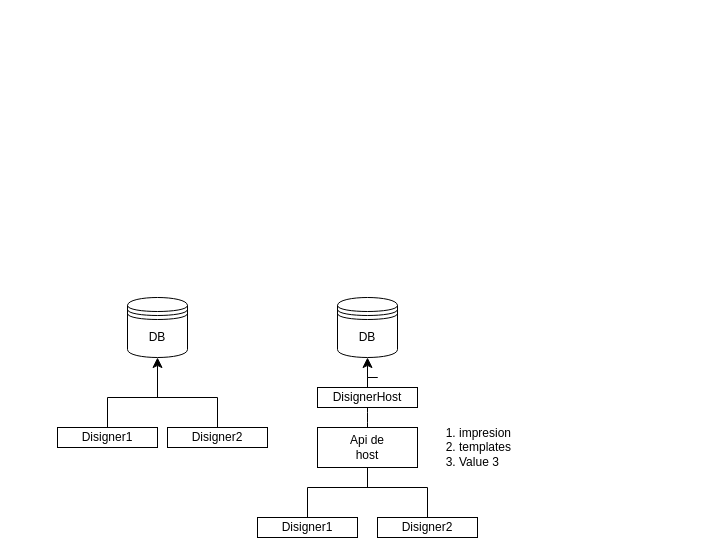
Before: workFlow.drawio in angelnoritex/Label-Project-Test, a draw.io diagram. Source tidied: cells renumbered, new cells numbered last; positions are measured from the earlier drawing's top-left corner, leaving out a move shared by most shapes. Both pictures are drawn from the tidied source at 100%, with x=0, y=0 at pixel (57, 297).
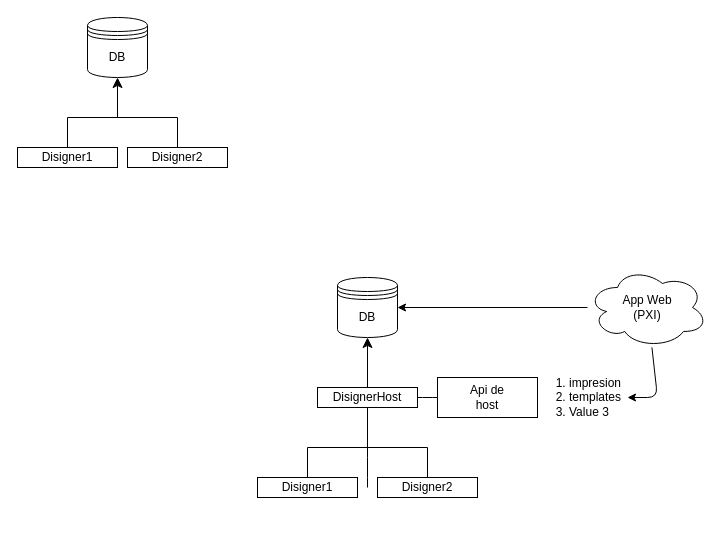
The same page after the edit.

Unchanged cells that the change refers to:
```xml
<mxCell id="13" value="DisignerHost" style="whiteSpace=wrap;html=1;align=center;verticalAlign=middle;newEdgeStyle={&quot;edgeStyle&quot;:&quot;elbowEdgeStyle&quot;,&quot;startArrow&quot;:&quot;none&quot;,&quot;endArrow&quot;:&quot;none&quot;};" parent="1" vertex="1">
  <mxGeometry x="260" y="90" width="100" height="20" as="geometry" />
</mxCell>
```

Change to the diagram source:
```diff
@@
     <mxCell id="2" value="DB" style="shape=datastore;whiteSpace=wrap;html=1;" parent="1" vertex="1">
-      <mxGeometry x="70" width="60" height="60" as="geometry" />
+      <mxGeometry x="30" y="-280" width="60" height="60" as="geometry" />
     </mxCell>
     <mxCell id="3" value="Disigner1" style="whiteSpace=wrap;html=1;align=center;verticalAlign=middle;newEdgeStyle={&quot;edgeStyle&quot;:&quot;elbowEdgeStyle&quot;,&quot;startArrow&quot;:&quot;none&quot;,&quot;endArrow&quot;:&quot;none&quot;};" parent="1" vertex="1">
-      <mxGeometry y="130" width="100" height="20" as="geometry" />
+      <mxGeometry x="-40" y="-150" width="100" height="20" as="geometry" />
     </mxCell>
     <mxCell id="4" style="edgeStyle=elbowEdgeStyle;elbow=vertical;sourcePerimeterSpacing=0;targetPerimeterSpacing=0;startArrow=none;endArrow=none;rounded=0;curved=0;" parent="1" edge="1" target="3">
       <mxGeometry relative="1" as="geometry">
-        <mxPoint x="130" y="100" as="sourcePoint" />
+        <mxPoint x="90" y="-180" as="sourcePoint" />
         <Array as="points">
-          <mxPoint x="50" y="100" />
+          <mxPoint x="10" y="-180" />
         </Array>
       </mxGeometry>
     </mxCell>
     <mxCell id="5" value="Disigner2" style="whiteSpace=wrap;html=1;align=center;verticalAlign=middle;newEdgeStyle={&quot;edgeStyle&quot;:&quot;elbowEdgeStyle&quot;,&quot;startArrow&quot;:&quot;none&quot;,&quot;endArrow&quot;:&quot;none&quot;};" parent="1" vertex="1">
-      <mxGeometry x="110" y="130" width="100" height="20" as="geometry" />
+      <mxGeometry x="70" y="-150" width="100" height="20" as="geometry" />
     </mxCell>
     <mxCell id="6" style="edgeStyle=segmentEdgeStyle;endArrow=classic;html=1;curved=0;rounded=0;endSize=8;startSize=8;exitX=0.5;exitY=0;exitDx=0;exitDy=0;entryX=0.5;entryY=1;entryDx=0;entryDy=0;" parent="1" edge="1" source="5" target="2">
       <mxGeometry relative="1" as="geometry">
         <Array as="points">
-          <mxPoint x="160" y="100" />
-          <mxPoint x="100" y="100" />
-          <mxPoint x="100" y="60" />
+          <mxPoint x="120" y="-180" />
+          <mxPoint x="60" y="-180" />
+          <mxPoint x="60" y="-220" />
         </Array>
       </mxGeometry>
     </mxCell>
     <mxCell id="7" value="DB" style="shape=datastore;whiteSpace=wrap;html=1;" parent="1" vertex="1">
-      <mxGeometry x="280" width="60" height="60" as="geometry" />
+      <mxGeometry x="280" y="-20" width="60" height="60" as="geometry" />
     </mxCell>
     <mxCell id="8" value="Disigner1" style="whiteSpace=wrap;html=1;align=center;verticalAlign=middle;newEdgeStyle={&quot;edgeStyle&quot;:&quot;elbowEdgeStyle&quot;,&quot;startArrow&quot;:&quot;none&quot;,&quot;endArrow&quot;:&quot;none&quot;};" parent="1" vertex="1">
-      <mxGeometry x="200" y="220" width="100" height="20" as="geometry" />
+      <mxGeometry x="200" y="180" width="100" height="20" as="geometry" />
     </mxCell>
     <mxCell id="9" style="edgeStyle=elbowEdgeStyle;elbow=vertical;sourcePerimeterSpacing=0;targetPerimeterSpacing=0;startArrow=none;endArrow=none;rounded=0;curved=0;exitX=0.5;exitY=0;exitDx=0;exitDy=0;" parent="1" edge="1" source="10" target="8">
       <mxGeometry relative="1" as="geometry">
         <Array as="points">
-          <mxPoint x="250" y="190" />
+          <mxPoint x="250" y="150" />
         </Array>
       </mxGeometry>
     </mxCell>
     <mxCell id="10" value="Disigner2" style="whiteSpace=wrap;html=1;align=center;verticalAlign=middle;newEdgeStyle={&quot;edgeStyle&quot;:&quot;elbowEdgeStyle&quot;,&quot;startArrow&quot;:&quot;none&quot;,&quot;endArrow&quot;:&quot;none&quot;};" parent="1" vertex="1">
-      <mxGeometry x="320" y="220" width="100" height="20" as="geometry" />
+      <mxGeometry x="320" y="180" width="100" height="20" as="geometry" />
     </mxCell>
     <mxCell id="11" style="edgeStyle=segmentEdgeStyle;endArrow=classic;html=1;curved=0;rounded=0;endSize=8;startSize=8;exitX=0.5;exitY=0;exitDx=0;exitDy=0;entryX=0.5;entryY=1;entryDx=0;entryDy=0;startArrow=none;" parent="1" edge="1" source="13" target="7">
       <mxGeometry relative="1" as="geometry">
         <Array as="points">
-          <mxPoint x="320" y="80" />
-          <mxPoint x="320" y="80" />
+          <mxPoint x="310" y="90" />
+          <mxPoint x="310" y="90" />
         </Array>
       </mxGeometry>
     </mxCell>
-    <mxCell id="12" style="edgeStyle=elbowEdgeStyle;html=1;startArrow=none;endArrow=none;entryX=0.5;entryY=0;entryDx=0;entryDy=0;" parent="1" edge="1" source="13" target="15">
-      <mxGeometry relative="1" as="geometry" />
+    <mxCell id="12" style="edgeStyle=elbowEdgeStyle;html=1;startArrow=none;endArrow=none;entryX=0;entryY=0.5;entryDx=0;entryDy=0;" parent="1" edge="1" target="15">
+      <mxGeometry relative="1" as="geometry">
+        <mxPoint x="360" y="100" as="sourcePoint" />
+      </mxGeometry>
     </mxCell>
@@
-    <mxCell id="14" style="edgeStyle=elbowEdgeStyle;html=1;startArrow=none;endArrow=none;" parent="1" edge="1" source="15">
+    <mxCell id="14" style="edgeStyle=elbowEdgeStyle;html=1;startArrow=none;endArrow=none;exitX=0.5;exitY=1;exitDx=0;exitDy=0;" parent="1" edge="1" source="13">
       <mxGeometry relative="1" as="geometry">
         <mxPoint x="310" y="190" as="targetPoint" />
         <Array as="points">
           <mxPoint x="310" y="170" />
         </Array>
       </mxGeometry>
     </mxCell>
     <mxCell id="15" value="Api de &lt;br&gt;host" style="whiteSpace=wrap;html=1;align=center;verticalAlign=middle;newEdgeStyle={&quot;edgeStyle&quot;:&quot;elbowEdgeStyle&quot;,&quot;startArrow&quot;:&quot;none&quot;,&quot;endArrow&quot;:&quot;none&quot;};" parent="1" vertex="1">
-      <mxGeometry x="260" y="130" width="100" height="40" as="geometry" />
+      <mxGeometry x="380" y="80" width="100" height="40" as="geometry" />
     </mxCell>
     <mxCell id="16" value="&lt;ol&gt;&lt;li&gt;impresion&lt;/li&gt;&lt;li&gt;templates&lt;/li&gt;&lt;li&gt;Value 3&lt;/li&gt;&lt;/ol&gt;" style="text;strokeColor=none;fillColor=none;html=1;whiteSpace=wrap;verticalAlign=middle;overflow=hidden;" parent="1" vertex="1">
-      <mxGeometry x="360" y="110" width="100" height="80" as="geometry" />
+      <mxGeometry x="470" y="60" width="100" height="80" as="geometry" />
     </mxCell>
+    <mxCell id="17" style="edgeStyle=none;html=1;entryX=1;entryY=0.5;entryDx=0;entryDy=0;" parent="1" edge="1" source="19" target="7">
+      <mxGeometry relative="1" as="geometry" />
+    </mxCell>
+    <mxCell id="18" style="edgeStyle=none;html=1;entryX=1;entryY=0.5;entryDx=0;entryDy=0;" parent="1" edge="1" source="19" target="16">
+      <mxGeometry relative="1" as="geometry">
+        <Array as="points">
+          <mxPoint x="600" y="100" />
+        </Array>
+      </mxGeometry>
+    </mxCell>
+    <mxCell id="19" value="App Web&lt;br&gt;(PXI)" style="ellipse;shape=cloud;whiteSpace=wrap;html=1;" parent="1" vertex="1">
+      <mxGeometry x="530" y="-30" width="120" height="80" as="geometry" />
+    </mxCell>
```
